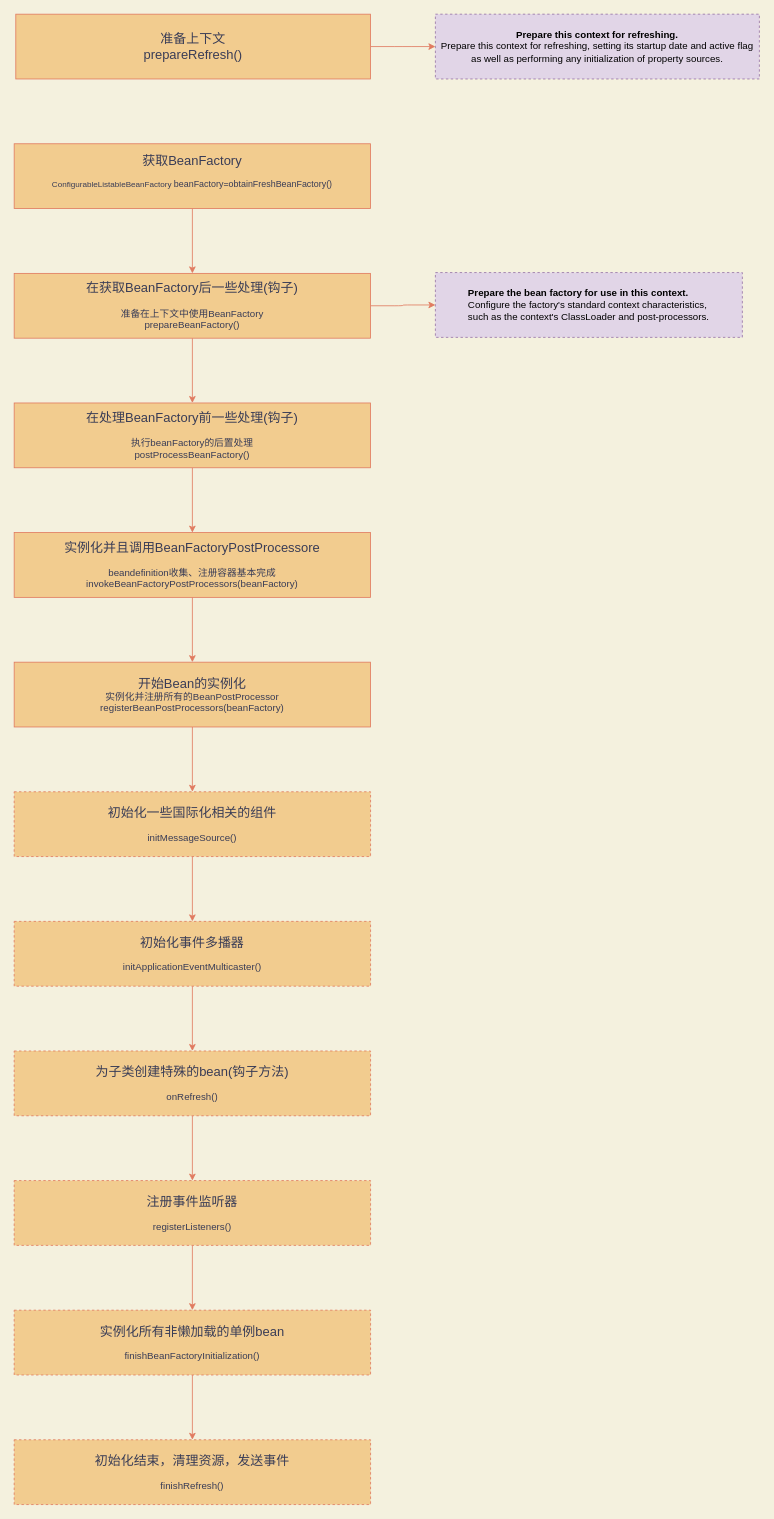
Before: Spring容器启动.drawio in maoqingcode/diagrams, a draw.io diagram. Source tidied: cells renumbered, new cells numbered last; positions are measured from the earlier drawing's top-left corner, leaving out a move shared by most shapes. Both pictures are drawn from the tidied source at 81%, with x=0, y=0 at pixel (14, 14).
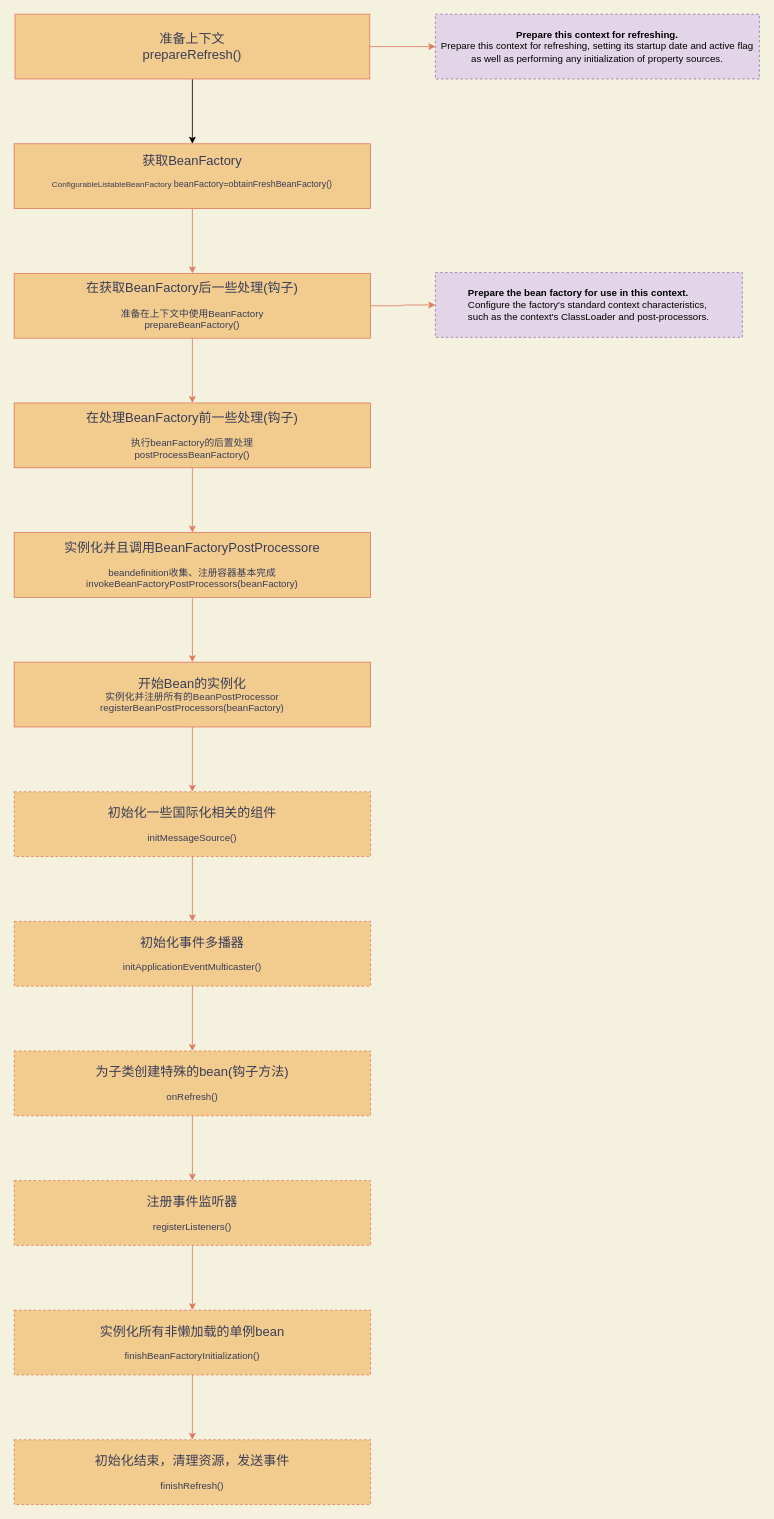
Above is the later version.

Unchanged cells that the change refers to:
```xml
<mxCell id="3" value="&lt;font&gt;&lt;font style=&quot;font-size: 16px&quot;&gt;获取BeanFactory&lt;/font&gt;&lt;br&gt;&lt;/font&gt;&lt;p&gt;&lt;font style=&quot;line-height: 10%&quot; size=&quot;1&quot;&gt;ConfigurableListableBeanFactory &lt;/font&gt;&lt;font style=&quot;line-height: 10% ; font-size: 11px&quot;&gt;beanFactory=obtainFreshBeanFactory()&lt;/font&gt;&lt;/p&gt;" style="whiteSpace=wrap;html=1;fillColor=#F2CC8F;strokeColor=#E07A5F;fontColor=#393C56;" parent="1" vertex="1">
  <mxGeometry y="160" width="440" height="80" as="geometry" />
</mxCell>
```

The edit, as a diff of the source:
```diff
@@
+    <mxCell id="28" style="edgeStyle=orthogonalEdgeStyle;rounded=0;jettySize=auto;html=1;entryX=0.5;entryY=0;entryDx=0;entryDy=0;" parent="1" edge="1" source="11" target="3">
+      <mxGeometry relative="1" as="geometry" />
+    </mxCell>
     <mxCell id="11" value="&lt;font&gt;&lt;font style=&quot;font-size: 16px&quot;&gt;准备上下文&lt;br&gt;prepareRefresh()&lt;br&gt;&lt;/font&gt;&lt;/font&gt;" style="whiteSpace=wrap;html=1;fillColor=#F2CC8F;strokeColor=#E07A5F;fontColor=#393C56;" parent="1" vertex="1">
-      <mxGeometry x="2" width="438" height="80" as="geometry" />
+      <mxGeometry x="1" width="438" height="80" as="geometry" />
     </mxCell>
```
